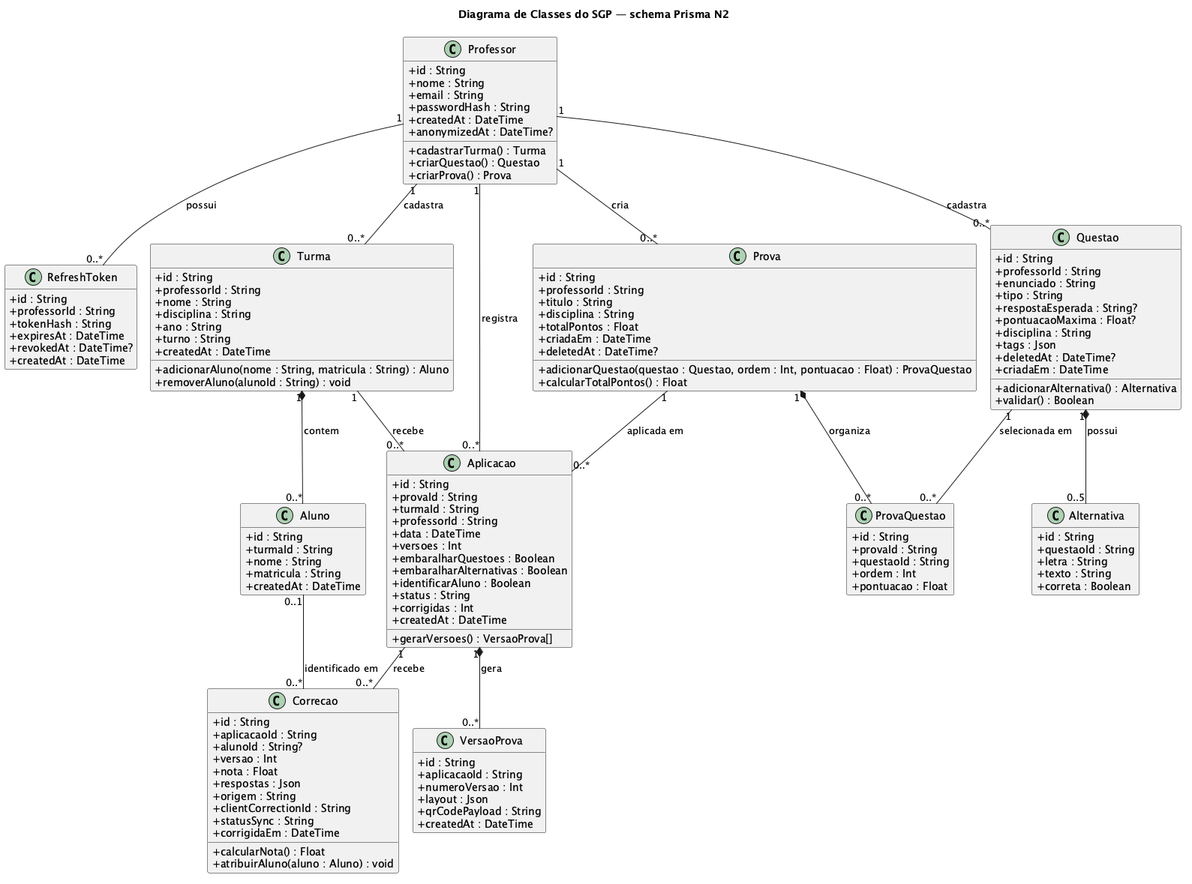
Earlier version of the PlantUML export docs/uml/03-classe/classe.png (thiagomaes/sgp-provas). The source it was exported from:
```plantuml
@startuml
title Diagrama de Classes do SGP — schema Prisma N2
skinparam classAttributeIconSize 0
hide empty members

class Professor {
  +id : String
  +nome : String
  +email : String
  +passwordHash : String
  +createdAt : DateTime
  +anonymizedAt : DateTime?
  +cadastrarTurma() : Turma
  +criarQuestao() : Questao
  +criarProva() : Prova
}

class RefreshToken {
  +id : String
  +professorId : String
  +tokenHash : String
  +expiresAt : DateTime
  +revokedAt : DateTime?
  +createdAt : DateTime
}

class Turma {
  +id : String
  +professorId : String
  +nome : String
  +disciplina : String
  +ano : String
  +turno : String
  +createdAt : DateTime
  +adicionarAluno(nome : String, matricula : String) : Aluno
  +removerAluno(alunoId : String) : void
}

class Aluno {
  +id : String
  +turmaId : String
  +nome : String
  +matricula : String
  +createdAt : DateTime
}

class Questao {
  +id : String
  +professorId : String
  +enunciado : String
  +tipo : String
  +respostaEsperada : String?
  +pontuacaoMaxima : Float?
  +disciplina : String
  +tags : Json
  +deletedAt : DateTime?
  +criadaEm : DateTime
  +adicionarAlternativa() : Alternativa
  +validar() : Boolean
}

class Alternativa {
  +id : String
  +questaoId : String
  +letra : String
  +texto : String
  +correta : Boolean
}

class Prova {
  +id : String
  +professorId : String
  +titulo : String
  +disciplina : String
  +totalPontos : Float
  +criadaEm : DateTime
  +deletedAt : DateTime?
  +adicionarQuestao(questao : Questao, ordem : Int, pontuacao : Float) : ProvaQuestao
  +calcularTotalPontos() : Float
}

class ProvaQuestao {
  +id : String
  +provaId : String
  +questaoId : String
  +ordem : Int
  +pontuacao : Float
}

class Aplicacao {
  +id : String
  +provaId : String
  +turmaId : String
  +professorId : String
  +data : DateTime
  +versoes : Int
  +embaralharQuestoes : Boolean
  +embaralharAlternativas : Boolean
  +identificarAluno : Boolean
  +status : String
  +corrigidas : Int
  +createdAt : DateTime
  +gerarVersoes() : VersaoProva[]
}

class VersaoProva {
  +id : String
  +aplicacaoId : String
  +numeroVersao : Int
  +layout : Json
  +qrCodePayload : String
  +createdAt : DateTime
}

class Correcao {
  +id : String
  +aplicacaoId : String
  +alunoId : String?
  +versao : Int
  +nota : Float
  +respostas : Json
  +origem : String
  +clientCorrectionId : String
  +statusSync : String
  +corrigidaEm : DateTime
  +calcularNota() : Float
  +atribuirAluno(aluno : Aluno) : void
}

Professor "1" -- "0..*" RefreshToken : possui
Professor "1" -- "0..*" Turma : cadastra
Professor "1" -- "0..*" Questao : cadastra
Professor "1" -- "0..*" Prova : cria
Professor "1" -- "0..*" Aplicacao : registra
Turma "1" *-- "0..*" Aluno : contem
Turma "1" -- "0..*" Aplicacao : recebe
Questao "1" *-- "0..5" Alternativa : possui
Questao "1" -- "0..*" ProvaQuestao : selecionada em
Prova "1" *-- "0..*" ProvaQuestao : organiza
Prova "1" -- "0..*" Aplicacao : aplicada em
Aplicacao "1" *-- "0..*" VersaoProva : gera
Aplicacao "1" -- "0..*" Correcao : recebe
Aluno "0..1" -- "0..*" Correcao : identificado em
@enduml
```
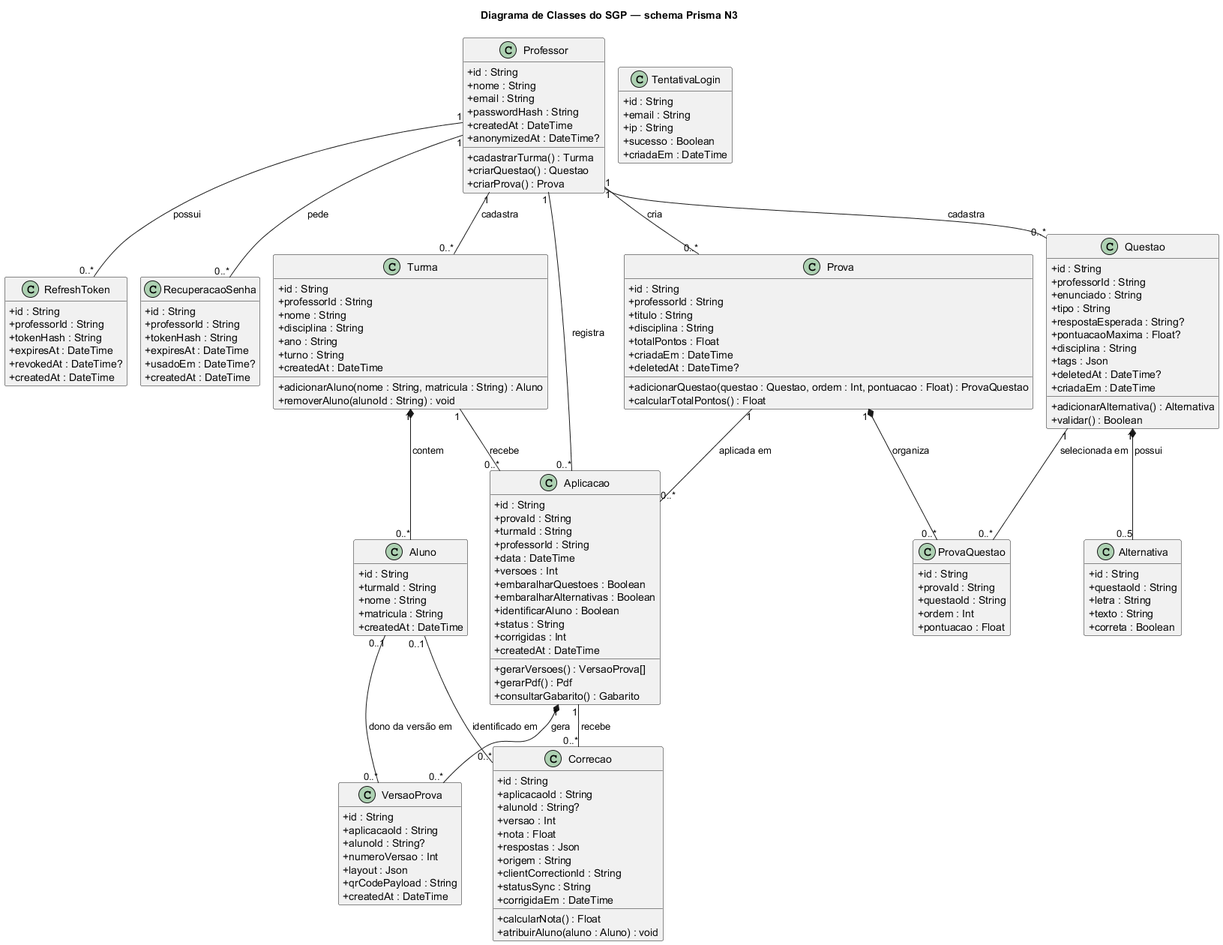
Above is the later version.

Commit message:
docs(modelo): regenera as imagens do DER e do diagrama de classe

What changed in the source:
```diff
@@ -1,5 +1,6 @@
 @startuml
-title Diagrama de Classes do SGP — schema Prisma N2
+!pragma layout smetana
+title Diagrama de Classes do SGP — schema Prisma N3
 skinparam classAttributeIconSize 0
 hide empty members
 
@@ -22,6 +23,23 @@
   +expiresAt : DateTime
   +revokedAt : DateTime?
   +createdAt : DateTime
+}
+
+class RecuperacaoSenha {
+  +id : String
+  +professorId : String
+  +tokenHash : String
+  +expiresAt : DateTime
+  +usadoEm : DateTime?
+  +createdAt : DateTime
+}
+
+class TentativaLogin {
+  +id : String
+  +email : String
+  +ip : String
+  +sucesso : Boolean
+  +criadaEm : DateTime
 }
 
 class Turma {
@@ -101,11 +119,14 @@
   +corrigidas : Int
   +createdAt : DateTime
   +gerarVersoes() : VersaoProva[]
+  +gerarPdf() : Pdf
+  +consultarGabarito() : Gabarito
 }
 
 class VersaoProva {
   +id : String
   +aplicacaoId : String
+  +alunoId : String?
   +numeroVersao : Int
   +layout : Json
   +qrCodePayload : String
@@ -128,6 +149,7 @@
 }
 
 Professor "1" -- "0..*" RefreshToken : possui
+Professor "1" -- "0..*" RecuperacaoSenha : pede
 Professor "1" -- "0..*" Turma : cadastra
 Professor "1" -- "0..*" Questao : cadastra
 Professor "1" -- "0..*" Prova : cria
@@ -141,4 +163,5 @@
 Aplicacao "1" *-- "0..*" VersaoProva : gera
 Aplicacao "1" -- "0..*" Correcao : recebe
 Aluno "0..1" -- "0..*" Correcao : identificado em
+Aluno "0..1" -- "0..*" VersaoProva : dono da versão em
 @enduml
```
